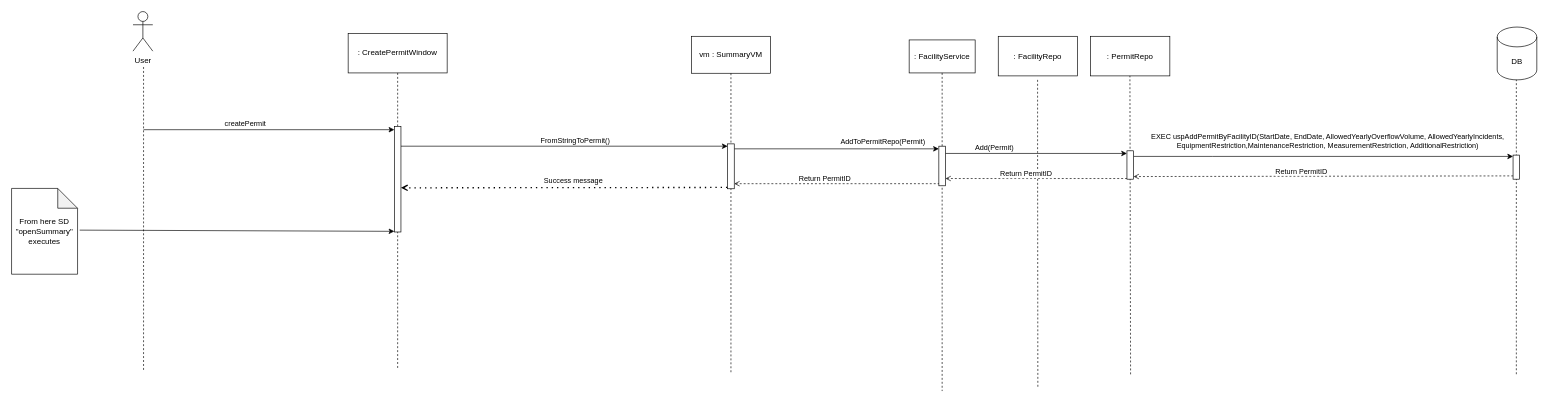
DScharla/T14 keeps this draw.io diagram as page "SD UC3.5" (6 of 7) of SD og DCD final.drawio. Above is the earlier version. Source tidied: cells renumbered, new cells numbered last; positions are measured from the earlier drawing's top-left corner, leaving out a move shared by most shapes. Both pictures are drawn from the tidied source at 66%, with x=0, y=0 at pixel (11, 11).
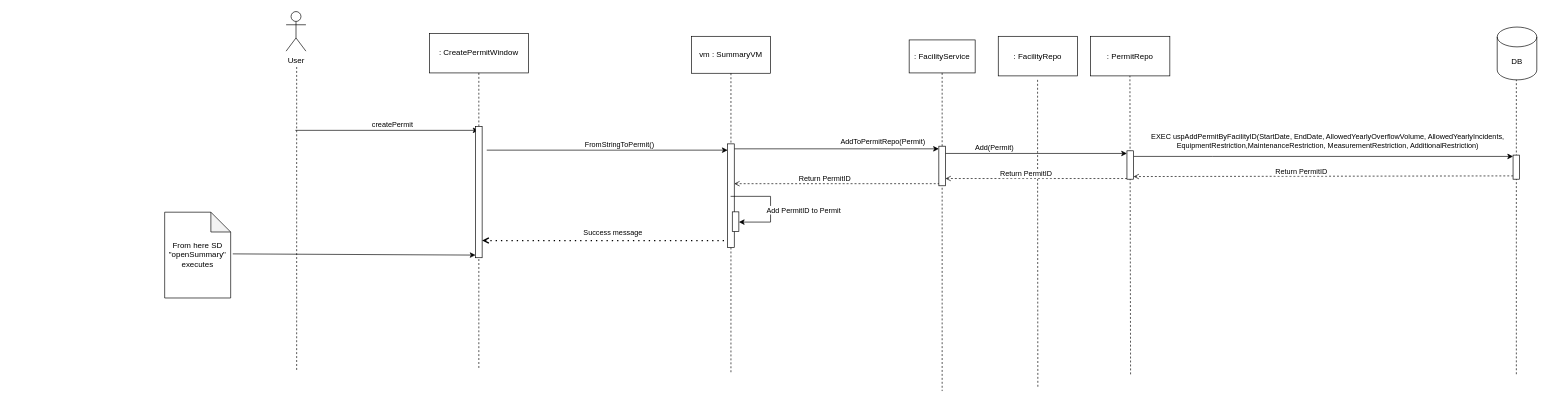
Above is the later version.

Unchanged cells that the change refers to:
```xml
<mxCell id="26" value="vm : SummaryVM" style="shape=umlLifeline;perimeter=lifelinePerimeter;whiteSpace=wrap;html=1;outlineConnect=0;portConstraint=eastwest;newEdgeStyle={&quot;curved&quot;:0,&quot;rounded&quot;:0};size=56;" parent="1" vertex="1">
  <mxGeometry x="1030" y="37.5" width="120" height="510" as="geometry" />
</mxCell>
```

What changed in the source:
```diff
@@
     <mxCell id="6" style="endArrow=classic;html=1;rounded=0;" parent="1" edge="1" target="27">
       <mxGeometry relative="1" as="geometry">
-        <mxPoint x="590" y="204" as="sourcePoint" />
+        <mxPoint x="720" y="210" as="sourcePoint" />
       </mxGeometry>
     </mxCell>
     <mxCell id="7" value="FromStringToPermit()" style="edgeLabel;html=1;align=center;verticalAlign=middle;" parent="6" vertex="1">
       <mxGeometry x="-0.1" relative="1" as="geometry">
-        <mxPoint x="40" y="-10" as="offset" />
+        <mxPoint x="36" y="-9" as="offset" />
       </mxGeometry>
     </mxCell>
@@
     <mxCell id="15" style="endArrow=classic;html=1;rounded=0;exitX=1.032;exitY=0.486;exitDx=0;exitDy=0;exitPerimeter=0;" parent="1" edge="1" source="19">
       <mxGeometry relative="1" as="geometry">
-        <mxPoint x="580" y="333" as="targetPoint" />
+        <mxPoint x="703" y="369" as="targetPoint" />
       </mxGeometry>
     </mxCell>
@@
     <mxCell id="19" value="From here SD &quot;openSummary&quot; executes" style="shape=note;whiteSpace=wrap;html=1;backgroundOutline=1;darkOpacity=0.05;" parent="1" vertex="1">
-      <mxGeometry y="268" width="100" height="130" as="geometry" />
+      <mxGeometry x="232" y="304" width="100" height="130" as="geometry" />
     </mxCell>
     <mxCell id="20" value="User" style="shape=umlActor;verticalLabelPosition=bottom;verticalAlign=top;html=1;" parent="1" vertex="1">
-      <mxGeometry x="184" width="30" height="60" as="geometry" />
+      <mxGeometry x="416" width="30" height="60" as="geometry" />
     </mxCell>
     <mxCell id="21" style="endArrow=none;dashed=1;html=1;rounded=0;" parent="1" edge="1">
       <mxGeometry relative="1" as="geometry">
-        <mxPoint x="200" y="543" as="sourcePoint" />
-        <mxPoint x="200" y="84" as="targetPoint" />
+        <mxPoint x="432" y="543" as="sourcePoint" />
+        <mxPoint x="432" y="84" as="targetPoint" />
       </mxGeometry>
     </mxCell>
-    <mxCell id="22" style="endArrow=classic;html=1;rounded=0;entryX=0;entryY=0;entryDx=0;entryDy=5;entryPerimeter=0;" parent="1" edge="1" target="25">
+    <mxCell id="22" style="endArrow=classic;html=1;rounded=0;" parent="1" edge="1" target="24">
       <mxGeometry relative="1" as="geometry">
-        <mxPoint x="200" y="179" as="sourcePoint" />
+        <mxPoint x="430" y="180" as="sourcePoint" />
       </mxGeometry>
     </mxCell>
     <mxCell id="23" value="createPermit" style="edgeLabel;html=1;align=center;verticalAlign=middle;" parent="22" vertex="1">
       <mxGeometry x="-0.36" y="-3" relative="1" as="geometry">
-        <mxPoint x="31" y="-13" as="offset" />
+        <mxPoint x="57" y="-13" as="offset" />
       </mxGeometry>
     </mxCell>
     <mxCell id="24" value=": CreatePermitWindow" style="shape=umlLifeline;perimeter=lifelinePerimeter;whiteSpace=wrap;html=1;outlineConnect=0;portConstraint=eastwest;newEdgeStyle={&quot;curved&quot;:0,&quot;rounded&quot;:0};size=60;" parent="1" vertex="1">
-      <mxGeometry x="510" y="33" width="150" height="510" as="geometry" />
+      <mxGeometry x="633" y="33" width="150" height="510" as="geometry" />
     </mxCell>
     <mxCell id="25" style="html=1;points=[[0,0,0,0,5],[0,1,0,0,-5],[1,0,0,0,5],[1,1,0,0,-5]];perimeter=orthogonalPerimeter;outlineConnect=0;targetShapes=umlLifeline;portConstraint=eastwest;newEdgeStyle={&quot;curved&quot;:0,&quot;rounded&quot;:0};" parent="24" vertex="1">
-      <mxGeometry x="70" y="141" width="10" height="160" as="geometry" />
+      <mxGeometry x="70" y="141" width="10" height="199" as="geometry" />
     </mxCell>
@@
     <mxCell id="27" style="html=1;points=[[0,0,0,0,5],[0,1,0,0,-5],[1,0,0,0,5],[1,1,0,0,-5]];perimeter=orthogonalPerimeter;outlineConnect=0;targetShapes=umlLifeline;portConstraint=eastwest;newEdgeStyle={&quot;curved&quot;:0,&quot;rounded&quot;:0};" parent="26" vertex="1">
-      <mxGeometry x="55" y="163" width="10" height="68" as="geometry" />
+      <mxGeometry x="55" y="163" width="10" height="157" as="geometry" />
     </mxCell>
+    <mxCell id="38" style="html=1;points=[[0,0,0,0,5],[0,1,0,0,-5],[1,0,0,0,5],[1,1,0,0,-5]];perimeter=orthogonalPerimeter;outlineConnect=0;targetShapes=umlLifeline;portConstraint=eastwest;newEdgeStyle={&quot;curved&quot;:0,&quot;rounded&quot;:0};" parent="26" vertex="1">
+      <mxGeometry x="62" y="266" width="10" height="30" as="geometry" />
+    </mxCell>
+    <mxCell id="39" style="endArrow=classic;html=1;rounded=0;" parent="26" edge="1" source="26" target="38">
+      <mxGeometry relative="1" as="geometry">
+        <Array as="points">
+          <mxPoint x="120" y="242.5" />
+          <mxPoint x="120" y="281.5" />
+        </Array>
+      </mxGeometry>
+    </mxCell>
+    <mxCell id="40" value="Add PermitID to Permit" style="edgeLabel;html=1;align=center;verticalAlign=middle;" parent="39" vertex="1">
+      <mxGeometry x="-0.64" y="-1" relative="1" as="geometry">
+        <mxPoint x="83" y="19" as="offset" />
+      </mxGeometry>
+    </mxCell>
@@
-    <mxCell id="36" style="endArrow=none;dashed=1;html=1;dashPattern=1 3;strokeWidth=2;rounded=0;startArrow=open;startFill=0;exitX=1;exitY=0.563;exitDx=0;exitDy=0;exitPerimeter=0;entryX=0;entryY=1;entryDx=0;entryDy=-5;entryPerimeter=0;" parent="1" edge="1">
+    <mxCell id="36" style="endArrow=none;dashed=1;html=1;dashPattern=1 3;strokeWidth=2;rounded=0;startArrow=open;startFill=0;entryX=0;entryY=1;entryDx=0;entryDy=-5;entryPerimeter=0;" parent="1" edge="1" source="25">
       <mxGeometry relative="1" as="geometry">
-        <mxPoint x="590" y="267.1" as="sourcePoint" />
-        <mxPoint x="1085" y="266.5" as="targetPoint" />
+        <mxPoint x="1085" y="347" as="targetPoint" />
       </mxGeometry>
     </mxCell>
     <mxCell id="37" value="Success message" style="edgeLabel;html=1;align=center;verticalAlign=middle;" parent="36" vertex="1">
       <mxGeometry x="0.15" y="-1" relative="1" as="geometry">
-        <mxPoint x="-25" y="-11" as="offset" />
+        <mxPoint x="-17" y="-14" as="offset" />
       </mxGeometry>
     </mxCell>
```
